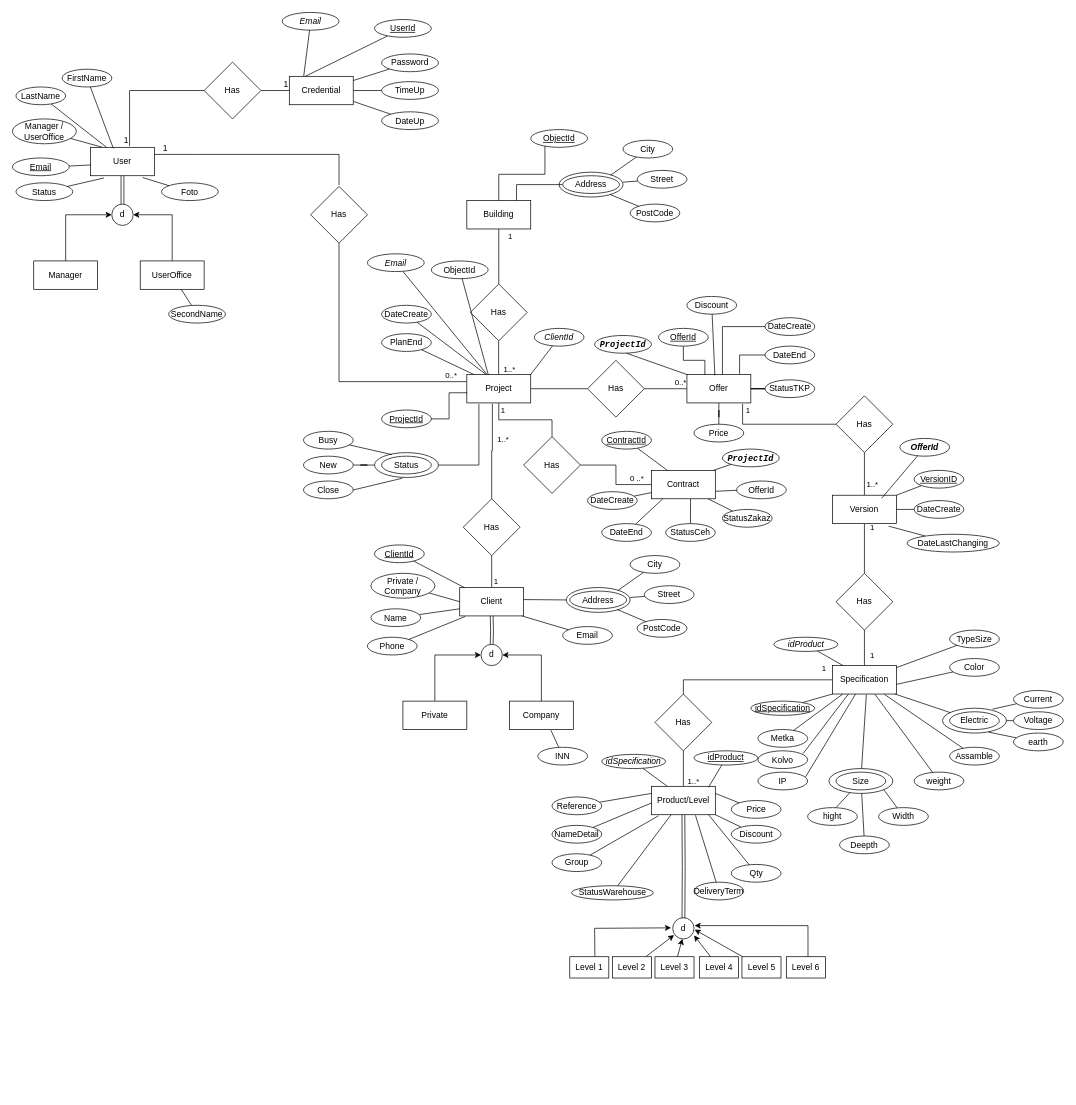
Before: factory.drawio in Bujhc/EERD, a draw.io diagram. Source tidied: cells renumbered, new cells numbered last; positions are measured from the earlier drawing's top-left corner, leaving out a move shared by most shapes. Both pictures are drawn from the tidied source at 71%, with x=0, y=0 at pixel (12, 12).
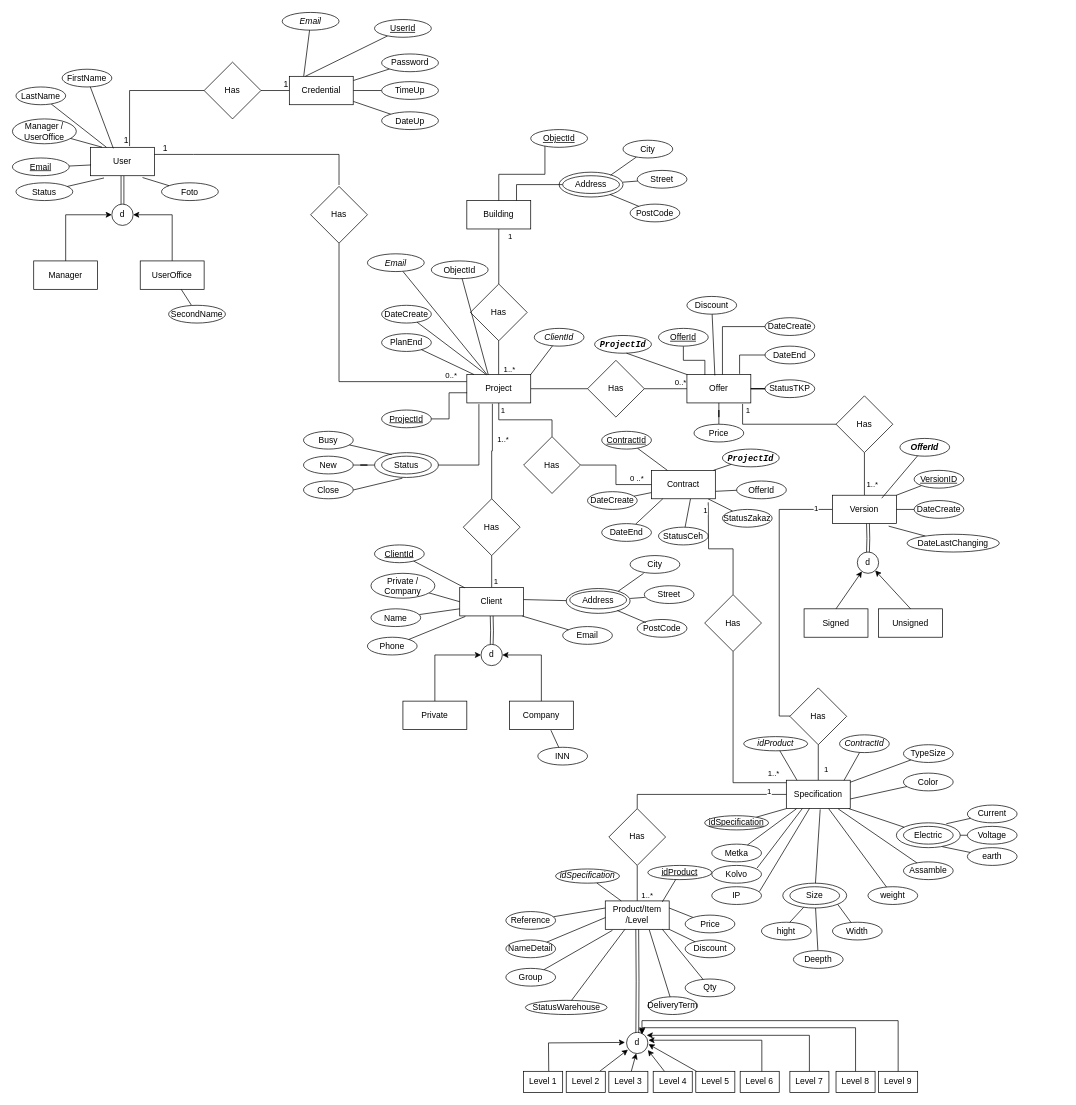
The same page after the edit.

The change refers to these unchanged cells:
```xml
<mxCell id="124" value="City" style="ellipse;whiteSpace=wrap;html=1;" parent="1" vertex="1">
  <mxGeometry x="870" y="765" width="70" height="25" as="geometry" />
</mxCell>
<mxCell id="126" value="Street" style="ellipse;whiteSpace=wrap;html=1;" parent="1" vertex="1">
  <mxGeometry x="890" y="807.5" width="70" height="25" as="geometry" />
</mxCell>
<mxCell id="127" value="PostCode" style="ellipse;whiteSpace=wrap;html=1;" parent="1" vertex="1">
  <mxGeometry x="880" y="855" width="70" height="25" as="geometry" />
</mxCell>
<mxCell id="153" value="Version" style="rounded=0;whiteSpace=wrap;html=1;" parent="1" vertex="1">
  <mxGeometry x="1155" y="680" width="90" height="40" as="geometry" />
</mxCell>
```

Diff of the diagram source:
```diff
@@
     <mxCell id="2" style="ellipse;whiteSpace=wrap;html=1;" parent="1" vertex="1">
-      <mxGeometry x="1310" y="980" width="90" height="35" as="geometry" />
+      <mxGeometry x="1245" y="1141.4" width="90" height="35" as="geometry" />
     </mxCell>
     <mxCell id="3" style="ellipse;whiteSpace=wrap;html=1;" parent="1" vertex="1">
-      <mxGeometry x="1150" y="1065" width="90" height="35" as="geometry" />
+      <mxGeometry x="1085" y="1226.4" width="90" height="35" as="geometry" />
     </mxCell>
@@
     <mxCell id="88" value="StatusCeh" style="ellipse;whiteSpace=wrap;html=1;" parent="1" vertex="1">
-      <mxGeometry x="920" y="720" width="70" height="25" as="geometry" />
+      <mxGeometry x="910" y="725" width="70" height="25" as="geometry" />
     </mxCell>
@@
-    <mxCell id="123" style="rounded=0;jettySize=auto;html=1;endArrow=none;endFill=0;entryX=0.806;entryY=0.12;entryDx=0;entryDy=0;entryPerimeter=0;" parent="1" edge="1" source="124">
+    <mxCell id="123" style="rounded=0;orthogonalLoop=1;jettySize=auto;html=1;endArrow=none;endFill=0;entryX=0.806;entryY=0.12;entryDx=0;entryDy=0;entryPerimeter=0;" parent="1" edge="1">
       <mxGeometry relative="1" as="geometry">
-        <mxPoint x="853" y="814" as="targetPoint" />
+        <mxPoint x="889" y="790" as="sourcePoint" />
+        <mxPoint x="853" y="815.4" as="targetPoint" />
       </mxGeometry>
     </mxCell>
@@
-    <mxCell id="125" style="rounded=0;jettySize=auto;html=1;endArrow=none;endFill=0;entryX=1;entryY=0.403;entryDx=0;entryDy=0;entryPerimeter=0;" parent="1" edge="1" source="126">
+    <mxCell id="125" style="rounded=0;orthogonalLoop=1;jettySize=auto;html=1;endArrow=none;endFill=0;entryX=1;entryY=0.403;entryDx=0;entryDy=0;entryPerimeter=0;" parent="1" edge="1">
       <mxGeometry relative="1" as="geometry">
-        <mxPoint x="870" y="824" as="targetPoint" />
+        <mxPoint x="890.7" y="823.9" as="sourcePoint" />
+        <mxPoint x="870" y="825.4" as="targetPoint" />
       </mxGeometry>
     </mxCell>
@@
     <mxCell id="128" style="ellipse;whiteSpace=wrap;html=1;" parent="1" vertex="1">
-      <mxGeometry x="780" y="810" width="90" height="35" as="geometry" />
+      <mxGeometry x="780" y="811.4" width="90" height="35" as="geometry" />
     </mxCell>
-    <mxCell id="129" style="rounded=0;jettySize=auto;html=1;entryX=0.797;entryY=0.897;entryDx=0;entryDy=0;entryPerimeter=0;endArrow=none;endFill=0;" parent="1" edge="1" source="127">
+    <mxCell id="129" style="rounded=0;orthogonalLoop=1;jettySize=auto;html=1;entryX=0.797;entryY=0.897;entryDx=0;entryDy=0;entryPerimeter=0;endArrow=none;endFill=0;" parent="1" edge="1">
       <mxGeometry relative="1" as="geometry">
-        <mxPoint x="852" y="841" as="targetPoint" />
+        <mxPoint x="892.1" y="859.4" as="sourcePoint" />
+        <mxPoint x="852" y="842.4" as="targetPoint" />
       </mxGeometry>
     </mxCell>
@@
-    <mxCell id="151" style="edgeStyle=orthogonalEdgeStyle;rounded=0;jettySize=auto;html=1;endArrow=none;endFill=0;" parent="1" edge="1" source="153" target="158">
-      <mxGeometry relative="1" as="geometry" />
+    <mxCell id="151" style="edgeStyle=orthogonalEdgeStyle;rounded=0;jettySize=auto;html=1;endArrow=none;endFill=0;exitX=0;exitY=0.5;exitDx=0;exitDy=0;" parent="1" edge="1" source="153" target="158">
+      <mxGeometry relative="1" as="geometry">
+        <Array as="points">
+          <mxPoint x="1080" y="700" />
+          <mxPoint x="1080" y="991" />
+        </Array>
+      </mxGeometry>
     </mxCell>
@@
     <mxCell id="158" value="Has" style="rhombus;whiteSpace=wrap;html=1;" parent="1" vertex="1">
-      <mxGeometry x="1160" y="790" width="80" height="80" as="geometry" />
+      <mxGeometry x="1095" y="951.4" width="80" height="80" as="geometry" />
     </mxCell>
     <mxCell id="159" value="Specification" style="rounded=0;whiteSpace=wrap;html=1;" parent="1" vertex="1">
-      <mxGeometry x="1155" y="920" width="90" height="40" as="geometry" />
+      <mxGeometry x="1090" y="1081.4" width="90" height="40" as="geometry" />
     </mxCell>
@@
     <mxCell id="161" value="&lt;u&gt;idSpecification&lt;/u&gt;" style="ellipse;whiteSpace=wrap;html=1;" parent="1" vertex="1">
-      <mxGeometry x="1040" y="970" width="90" height="20" as="geometry" />
+      <mxGeometry x="975" y="1131.4" width="90" height="20" as="geometry" />
     </mxCell>
@@
     <mxCell id="166" value="Metka" style="ellipse;whiteSpace=wrap;html=1;" parent="1" vertex="1">
-      <mxGeometry x="1050" y="1010" width="70" height="25" as="geometry" />
+      <mxGeometry x="985" y="1171.4" width="70" height="25" as="geometry" />
     </mxCell>
@@
     <mxCell id="168" value="Kolvo" style="ellipse;whiteSpace=wrap;html=1;" parent="1" vertex="1">
-      <mxGeometry x="1050" y="1040" width="70" height="25" as="geometry" />
+      <mxGeometry x="985" y="1201.4" width="70" height="25" as="geometry" />
     </mxCell>
     <mxCell id="169" value="IP" style="ellipse;whiteSpace=wrap;html=1;" parent="1" vertex="1">
-      <mxGeometry x="1050" y="1070" width="70" height="25" as="geometry" />
+      <mxGeometry x="985" y="1231.4" width="70" height="25" as="geometry" />
     </mxCell>
     <mxCell id="170" value="Size" style="ellipse;whiteSpace=wrap;html=1;" parent="1" vertex="1">
-      <mxGeometry x="1160" y="1070" width="70" height="25" as="geometry" />
+      <mxGeometry x="1095" y="1231.4" width="70" height="25" as="geometry" />
     </mxCell>
     <mxCell id="171" value="hight" style="ellipse;whiteSpace=wrap;html=1;" parent="1" vertex="1">
-      <mxGeometry x="1120" y="1120" width="70" height="25" as="geometry" />
+      <mxGeometry x="1055" y="1281.4" width="70" height="25" as="geometry" />
     </mxCell>
@@
     <mxCell id="173" value="Deepth" style="ellipse;whiteSpace=wrap;html=1;" parent="1" vertex="1">
-      <mxGeometry x="1165" y="1160" width="70" height="25" as="geometry" />
+      <mxGeometry x="1100" y="1321.4" width="70" height="25" as="geometry" />
     </mxCell>
@@
     <mxCell id="175" value="Width" style="ellipse;whiteSpace=wrap;html=1;" parent="1" vertex="1">
-      <mxGeometry x="1220" y="1120" width="70" height="25" as="geometry" />
+      <mxGeometry x="1155" y="1281.4" width="70" height="25" as="geometry" />
     </mxCell>
     <mxCell id="176" value="weight" style="ellipse;whiteSpace=wrap;html=1;" parent="1" vertex="1">
-      <mxGeometry x="1270" y="1070" width="70" height="25" as="geometry" />
+      <mxGeometry x="1205" y="1231.4" width="70" height="25" as="geometry" />
     </mxCell>
     <mxCell id="177" value="Assamble" style="ellipse;whiteSpace=wrap;html=1;" parent="1" vertex="1">
-      <mxGeometry x="1320" y="1035" width="70" height="25" as="geometry" />
+      <mxGeometry x="1255" y="1196.4" width="70" height="25" as="geometry" />
     </mxCell>
     <mxCell id="178" value="Electric" style="ellipse;whiteSpace=wrap;html=1;" parent="1" vertex="1">
-      <mxGeometry x="1320" y="985" width="70" height="25" as="geometry" />
+      <mxGeometry x="1255" y="1146.4" width="70" height="25" as="geometry" />
     </mxCell>
     <mxCell id="179" value="Current" style="ellipse;whiteSpace=wrap;html=1;" parent="1" vertex="1">
-      <mxGeometry x="1410" y="955" width="70" height="25" as="geometry" />
+      <mxGeometry x="1345" y="1116.4" width="70" height="25" as="geometry" />
     </mxCell>
@@
     <mxCell id="181" value="Voltage" style="ellipse;whiteSpace=wrap;html=1;" parent="1" vertex="1">
-      <mxGeometry x="1410" y="985" width="70" height="25" as="geometry" />
+      <mxGeometry x="1345" y="1146.4" width="70" height="25" as="geometry" />
     </mxCell>
     <mxCell id="182" value="earth" style="ellipse;whiteSpace=wrap;html=1;" parent="1" vertex="1">
-      <mxGeometry x="1410" y="1015" width="70" height="25" as="geometry" />
+      <mxGeometry x="1345" y="1176.4" width="70" height="25" as="geometry" />
     </mxCell>
     <mxCell id="183" value="Color" style="ellipse;whiteSpace=wrap;html=1;" parent="1" vertex="1">
-      <mxGeometry x="1320" y="910" width="70" height="25" as="geometry" />
+      <mxGeometry x="1255" y="1071.4" width="70" height="25" as="geometry" />
     </mxCell>
     <mxCell id="184" value="TypeSize" style="ellipse;whiteSpace=wrap;html=1;" parent="1" vertex="1">
-      <mxGeometry x="1320" y="870" width="70" height="25" as="geometry" />
+      <mxGeometry x="1255" y="1031.4" width="70" height="25" as="geometry" />
     </mxCell>
     <mxCell id="185" style="rounded=0;jettySize=auto;html=1;entryX=0;entryY=0.5;entryDx=0;entryDy=0;endArrow=none;endFill=0;" parent="1" edge="1" source="189" target="159">
       <mxGeometry relative="1" as="geometry">
         <Array as="points">
-          <mxPoint x="945" y="940" />
+          <mxPoint x="880" y="1101.4" />
         </Array>
       </mxGeometry>
     </mxCell>
     <mxCell id="186" value="1" style="edgeLabel;html=1;align=center;verticalAlign=middle;" parent="185" vertex="1">
       <mxGeometry x="0.89" y="-1" relative="1" as="geometry">
-        <mxPoint y="-18" as="offset" />
+        <mxPoint x="-12" y="-6" as="offset" />
       </mxGeometry>
     </mxCell>
@@
     <mxCell id="189" value="Has" style="rhombus;whiteSpace=wrap;html=1;" parent="1" vertex="1">
-      <mxGeometry x="905" y="960" width="80" height="80" as="geometry" />
+      <mxGeometry x="840" y="1121.4" width="80" height="80" as="geometry" />
     </mxCell>
-    <mxCell id="190" value="Product/Level" style="rounded=0;whiteSpace=wrap;html=1;" parent="1" vertex="1">
-      <mxGeometry x="900" y="1090" width="90" height="40" as="geometry" />
+    <mxCell id="190" value="Product/Item&lt;div&gt;/Level&lt;/div&gt;" style="rounded=0;whiteSpace=wrap;html=1;" parent="1" vertex="1">
+      <mxGeometry x="835" y="1251.4" width="90" height="40" as="geometry" />
     </mxCell>
@@
     <mxCell id="217" value="&lt;i&gt;&lt;font style=&quot;color: light-dark(rgb(0, 0, 0), rgb(204, 204, 0));&quot;&gt;idSpecification&lt;/font&gt;&lt;/i&gt;" style="ellipse;whiteSpace=wrap;html=1;" parent="1" vertex="1">
-      <mxGeometry x="830" y="1045" width="90" height="20" as="geometry" />
+      <mxGeometry x="765" y="1206.4" width="90" height="20" as="geometry" />
     </mxCell>
     <mxCell id="218" style="rounded=0;jettySize=auto;html=1;entryX=-0.074;entryY=0.477;entryDx=0;entryDy=0;entryPerimeter=0;exitX=0.643;exitY=-0.009;exitDx=0;exitDy=0;exitPerimeter=0;" parent="1" edge="1" source="219" target="226">
       <mxGeometry relative="1" as="geometry">
         <Array as="points">
-          <mxPoint x="820" y="1290" />
+          <mxPoint x="755" y="1451.4" />
         </Array>
       </mxGeometry>
     </mxCell>
     <mxCell id="219" value="Level 1" style="rounded=0;whiteSpace=wrap;html=1;" parent="1" vertex="1">
-      <mxGeometry x="785" y="1330" width="55" height="30" as="geometry" />
+      <mxGeometry x="720" y="1491.4" width="55" height="30" as="geometry" />
     </mxCell>
@@
     <mxCell id="221" value="Level 2" style="rounded=0;whiteSpace=wrap;html=1;" parent="1" vertex="1">
-      <mxGeometry x="845" y="1330" width="55" height="30" as="geometry" />
+      <mxGeometry x="780" y="1491.4" width="55" height="30" as="geometry" />
     </mxCell>
     <mxCell id="222" value="Level 3" style="rounded=0;whiteSpace=wrap;html=1;" parent="1" vertex="1">
-      <mxGeometry x="905" y="1330" width="55" height="30" as="geometry" />
+      <mxGeometry x="840" y="1491.4" width="55" height="30" as="geometry" />
     </mxCell>
     <mxCell id="223" value="Level 4" style="rounded=0;whiteSpace=wrap;html=1;" parent="1" vertex="1">
-      <mxGeometry x="967.5" y="1330" width="55" height="30" as="geometry" />
+      <mxGeometry x="902.5" y="1491.4" width="55" height="30" as="geometry" />
     </mxCell>
     <mxCell id="224" value="Level 5" style="rounded=0;whiteSpace=wrap;html=1;" parent="1" vertex="1">
-      <mxGeometry x="1027.5" y="1330" width="55" height="30" as="geometry" />
+      <mxGeometry x="962.5" y="1491.4" width="55" height="30" as="geometry" />
     </mxCell>
     <mxCell id="225" value="Level 6" style="rounded=0;whiteSpace=wrap;html=1;" parent="1" vertex="1">
-      <mxGeometry x="1090" y="1330" width="55" height="30" as="geometry" />
+      <mxGeometry x="1025" y="1491.4" width="55" height="30" as="geometry" />
     </mxCell>
     <mxCell id="226" value="d" style="ellipse;whiteSpace=wrap;html=1;" parent="1" vertex="1">
-      <mxGeometry x="930" y="1275" width="30" height="30" as="geometry" />
+      <mxGeometry x="865" y="1436.4" width="30" height="30" as="geometry" />
     </mxCell>
@@
     <mxCell id="228" style="edgeStyle=orthogonalEdgeStyle;rounded=0;jettySize=auto;html=1;shape=link;entryX=0.503;entryY=0.02;entryDx=0;entryDy=0;entryPerimeter=0;" parent="1" edge="1" target="226">
       <mxGeometry relative="1" as="geometry">
-        <mxPoint x="945" y="1130" as="sourcePoint" />
+        <mxPoint x="880" y="1291.4" as="sourcePoint" />
       </mxGeometry>
     </mxCell>
@@
     <mxCell id="233" value="Reference" style="ellipse;whiteSpace=wrap;html=1;" parent="1" vertex="1">
-      <mxGeometry x="760" y="1105" width="70" height="25" as="geometry" />
+      <mxGeometry x="695" y="1266.4" width="70" height="25" as="geometry" />
     </mxCell>
     <mxCell id="234" value="NameDetail" style="ellipse;whiteSpace=wrap;html=1;" parent="1" vertex="1">
-      <mxGeometry x="760" y="1145" width="70" height="25" as="geometry" />
+      <mxGeometry x="695" y="1306.4" width="70" height="25" as="geometry" />
     </mxCell>
     <mxCell id="235" value="Group" style="ellipse;whiteSpace=wrap;html=1;" parent="1" vertex="1">
-      <mxGeometry x="760" y="1185" width="70" height="25" as="geometry" />
+      <mxGeometry x="695" y="1346.4" width="70" height="25" as="geometry" />
     </mxCell>
     <mxCell id="236" value="StatusWarehouse" style="ellipse;whiteSpace=wrap;html=1;" parent="1" vertex="1">
-      <mxGeometry x="787.5" y="1230" width="115" height="20" as="geometry" />
+      <mxGeometry x="722.5" y="1391.4" width="115" height="20" as="geometry" />
     </mxCell>
@@
     <mxCell id="238" value="Price" style="ellipse;whiteSpace=wrap;html=1;" parent="1" vertex="1">
-      <mxGeometry x="1012.5" y="1110" width="70" height="25" as="geometry" />
+      <mxGeometry x="947.5" y="1271.4" width="70" height="25" as="geometry" />
     </mxCell>
     <mxCell id="239" value="Qty" style="ellipse;whiteSpace=wrap;html=1;" parent="1" vertex="1">
-      <mxGeometry x="1012.5" y="1200" width="70" height="25" as="geometry" />
+      <mxGeometry x="947.5" y="1361.4" width="70" height="25" as="geometry" />
     </mxCell>
     <mxCell id="240" value="DeliveryTerm" style="ellipse;whiteSpace=wrap;html=1;" parent="1" vertex="1">
-      <mxGeometry x="960" y="1225" width="70" height="25" as="geometry" />
+      <mxGeometry x="895" y="1386.4" width="70" height="25" as="geometry" />
     </mxCell>
@@
     <mxCell id="242" value="Discount" style="ellipse;whiteSpace=wrap;html=1;" parent="1" vertex="1">
-      <mxGeometry x="1012.5" y="1145" width="70" height="25" as="geometry" />
+      <mxGeometry x="947.5" y="1306.4" width="70" height="25" as="geometry" />
     </mxCell>
@@
     <mxCell id="248" value="&lt;u&gt;idProduct&lt;/u&gt;" style="ellipse;whiteSpace=wrap;html=1;" parent="1" vertex="1">
-      <mxGeometry x="960" y="1040" width="90" height="20" as="geometry" />
+      <mxGeometry x="895" y="1201.4" width="90" height="20" as="geometry" />
     </mxCell>
@@
     <mxCell id="250" value="&lt;i&gt;&lt;font style=&quot;color: light-dark(rgb(0, 0, 0), rgb(255, 255, 0));&quot;&gt;idProduct&lt;/font&gt;&lt;/i&gt;" style="ellipse;whiteSpace=wrap;html=1;" parent="1" vertex="1">
-      <mxGeometry x="1072.5" y="880" width="90" height="20" as="geometry" />
+      <mxGeometry x="1030" y="1020" width="90" height="20" as="geometry" />
     </mxCell>
@@
+    <mxCell id="252" value="Signed" style="rounded=0;whiteSpace=wrap;html=1;" parent="1" vertex="1">
+      <mxGeometry x="1115" y="840" width="90" height="40" as="geometry" />
+    </mxCell>
+    <mxCell id="253" value="Unsigned" style="rounded=0;whiteSpace=wrap;html=1;" parent="1" vertex="1">
+      <mxGeometry x="1220" y="840" width="90" height="40" as="geometry" />
+    </mxCell>
+    <mxCell id="254" style="rounded=0;jettySize=auto;html=1;entryX=0.5;entryY=0;entryDx=0;entryDy=0;startArrow=classic;startFill=1;endArrow=none;endFill=0;" parent="1" edge="1" source="256" target="252">
+      <mxGeometry relative="1" as="geometry" />
+    </mxCell>
+    <mxCell id="255" style="rounded=0;jettySize=auto;html=1;entryX=0.5;entryY=0;entryDx=0;entryDy=0;startArrow=classic;startFill=1;shape=wire;dashed=1;endArrow=none;endFill=0;" parent="1" edge="1" source="256" target="253">
+      <mxGeometry relative="1" as="geometry" />
+    </mxCell>
+    <mxCell id="256" value="d" style="ellipse;whiteSpace=wrap;html=1;" parent="1" vertex="1">
+      <mxGeometry x="1190" y="760" width="30" height="30" as="geometry" />
+    </mxCell>
+    <mxCell id="257" style="edgeStyle=orthogonalEdgeStyle;rounded=0;jettySize=auto;html=1;shape=link;" parent="1" edge="1" target="256">
+      <mxGeometry relative="1" as="geometry">
+        <mxPoint x="1205" y="720" as="sourcePoint" />
+      </mxGeometry>
+    </mxCell>
+    <mxCell id="258" style="edgeStyle=orthogonalEdgeStyle;rounded=0;jettySize=auto;html=1;endArrow=none;endFill=0;" parent="1" edge="1" source="260">
+      <mxGeometry relative="1" as="geometry">
+        <mxPoint x="980" y="690" as="targetPoint" />
+      </mxGeometry>
+    </mxCell>
+    <mxCell id="259" value="1" style="edgeLabel;html=1;align=center;verticalAlign=middle;" parent="258" vertex="1">
+      <mxGeometry x="0.79" y="-2" relative="1" as="geometry">
+        <mxPoint x="-7" y="-7" as="offset" />
+      </mxGeometry>
+    </mxCell>
+    <mxCell id="260" value="Has" style="rhombus;whiteSpace=wrap;html=1;" parent="1" vertex="1">
+      <mxGeometry x="975" y="820" width="80" height="80" as="geometry" />
+    </mxCell>
+    <mxCell id="261" style="edgeStyle=orthogonalEdgeStyle;rounded=0;jettySize=auto;html=1;entryX=-0.001;entryY=0.087;entryDx=0;entryDy=0;entryPerimeter=0;endArrow=none;endFill=0;" parent="1" edge="1" source="260" target="159">
+      <mxGeometry relative="1" as="geometry">
+        <Array as="points">
+          <mxPoint x="1015" y="1085" />
+        </Array>
+      </mxGeometry>
+    </mxCell>
+    <mxCell id="262" value="1..*" style="edgeLabel;html=1;align=center;verticalAlign=middle;" parent="261" vertex="1">
+      <mxGeometry x="0.9" y="2" relative="1" as="geometry">
+        <mxPoint x="-6" y="-11" as="offset" />
+      </mxGeometry>
+    </mxCell>
+    <mxCell id="263" value="&lt;font style=&quot;color: light-dark(rgb(0, 0, 0), rgb(255, 255, 0));&quot;&gt;&lt;i&gt;ContractId&lt;/i&gt;&lt;/font&gt;" style="ellipse;whiteSpace=wrap;html=1;" parent="1" vertex="1">
+      <mxGeometry x="1165" y="1017.5" width="70" height="25" as="geometry" />
+    </mxCell>
+    <mxCell id="264" style="rounded=0;jettySize=auto;html=1;entryX=0.903;entryY=0.007;entryDx=0;entryDy=0;entryPerimeter=0;endArrow=none;endFill=0;" parent="1" edge="1" source="263" target="159">
+      <mxGeometry relative="1" as="geometry" />
+    </mxCell>
+    <mxCell id="265" value="Level 7" style="rounded=0;whiteSpace=wrap;html=1;" parent="1" vertex="1">
+      <mxGeometry x="1095" y="1491.4" width="55" height="30" as="geometry" />
+    </mxCell>
+    <mxCell id="266" value="Level 8" style="rounded=0;whiteSpace=wrap;html=1;" parent="1" vertex="1">
+      <mxGeometry x="1160" y="1491.4" width="55" height="30" as="geometry" />
+    </mxCell>
+    <mxCell id="267" value="Level 9" style="rounded=0;whiteSpace=wrap;html=1;" parent="1" vertex="1">
+      <mxGeometry x="1220" y="1491.4" width="55" height="30" as="geometry" />
+    </mxCell>
+    <mxCell id="268" style="edgeStyle=orthogonalEdgeStyle;rounded=0;jettySize=auto;html=1;entryX=0.944;entryY=0.143;entryDx=0;entryDy=0;entryPerimeter=0;" parent="1" edge="1" source="265" target="226">
+      <mxGeometry relative="1" as="geometry">
+        <Array as="points">
+          <mxPoint x="1123" y="1440" />
+          <mxPoint x="893" y="1440" />
+        </Array>
+      </mxGeometry>
+    </mxCell>
+    <mxCell id="269" style="edgeStyle=orthogonalEdgeStyle;rounded=0;jettySize=auto;html=1;entryX=0.733;entryY=0.054;entryDx=0;entryDy=0;entryPerimeter=0;" parent="1" edge="1" source="266" target="226">
+      <mxGeometry relative="1" as="geometry">
+        <Array as="points">
+          <mxPoint x="1188" y="1430" />
+          <mxPoint x="887" y="1430" />
+        </Array>
+      </mxGeometry>
+    </mxCell>
+    <mxCell id="270" style="edgeStyle=orthogonalEdgeStyle;rounded=0;jettySize=auto;html=1;entryX=0.722;entryY=0.109;entryDx=0;entryDy=0;entryPerimeter=0;" parent="1" edge="1" source="267" target="226">
+      <mxGeometry relative="1" as="geometry">
+        <Array as="points">
+          <mxPoint x="1248" y="1420" />
+          <mxPoint x="887" y="1420" />
+        </Array>
+      </mxGeometry>
+    </mxCell>
```
